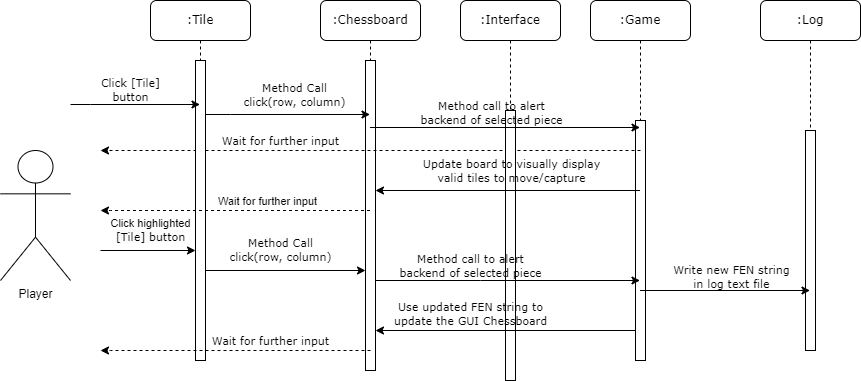
Before: dev/diagrams/Sequence Diagram UC 1.0.png, a diagram exported from draw.io (Skadoot/GP9). Source tidied: cells renumbered, new cells last; positions are measured from the earlier drawing's top-left corner, leaving out a move shared by most shapes.
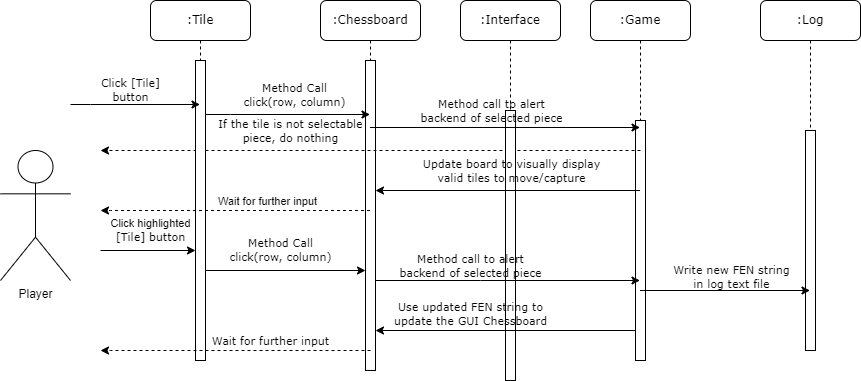
The same file after the commit.

Change to the diagram source:
```diff
@@ -14,8 +14,8 @@
     <mxCell id="5" style="html=1;perimeter=orthogonalPerimeter;rounded=0;shadow=0;comic=0;labelBackgroundColor=none;strokeWidth=1;fontFamily=Verdana;fontSize=12;align=center;" parent="4" vertex="1">
       <mxGeometry x="45" y="120" width="10" height="240" as="geometry" />
     </mxCell>
-    <mxCell id="6" value="Wait for further input" style="endArrow=classic;html=1;rounded=0;labelBackgroundColor=none;fontFamily=Verdana;dashed=1;" parent="4" edge="1">
-      <mxGeometry x="0.33" y="-10" relative="1" as="geometry">
+    <mxCell id="6" value="If the tile is not selectable &lt;br&gt;piece, do nothing" style="endArrow=classic;html=1;rounded=0;labelBackgroundColor=none;fontFamily=Verdana;dashed=1;" parent="4" edge="1">
+      <mxGeometry x="0.3" y="-20" relative="1" as="geometry">
         <mxPoint x="50" y="150" as="sourcePoint" />
         <mxPoint x="-490" y="150" as="targetPoint" />
         <Array as="points">
@@ -65,7 +65,7 @@
       </mxGeometry>
     </mxCell>
     <mxCell id="16" value="Method call to alert&lt;br&gt;backend of selected piece" style="endArrow=classic;html=1;rounded=0;labelBackgroundColor=none;fontFamily=Verdana;" parent="1" edge="1">
-      <mxGeometry x="-0.11" y="15" relative="1" as="geometry">
+      <mxGeometry x="-0.11" y="17" relative="1" as="geometry">
         <mxPoint x="369.5" y="127" as="sourcePoint" />
         <mxPoint x="639.5" y="127" as="targetPoint" />
       </mxGeometry>
```
